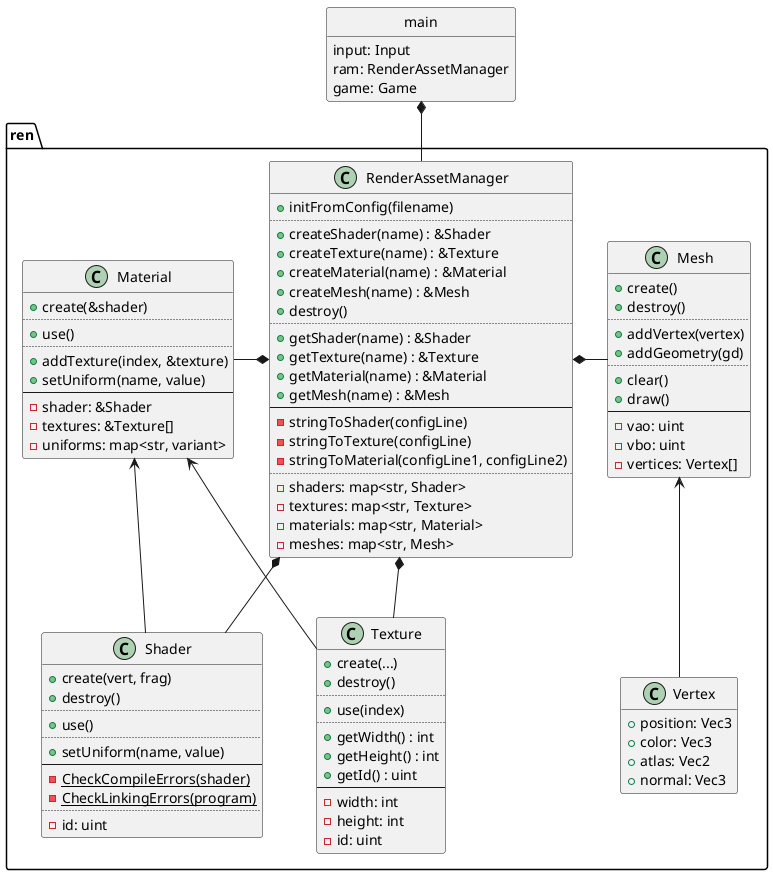
Before: design/assets.png, a diagram exported from PlantUML (ba6er/marblemaze).
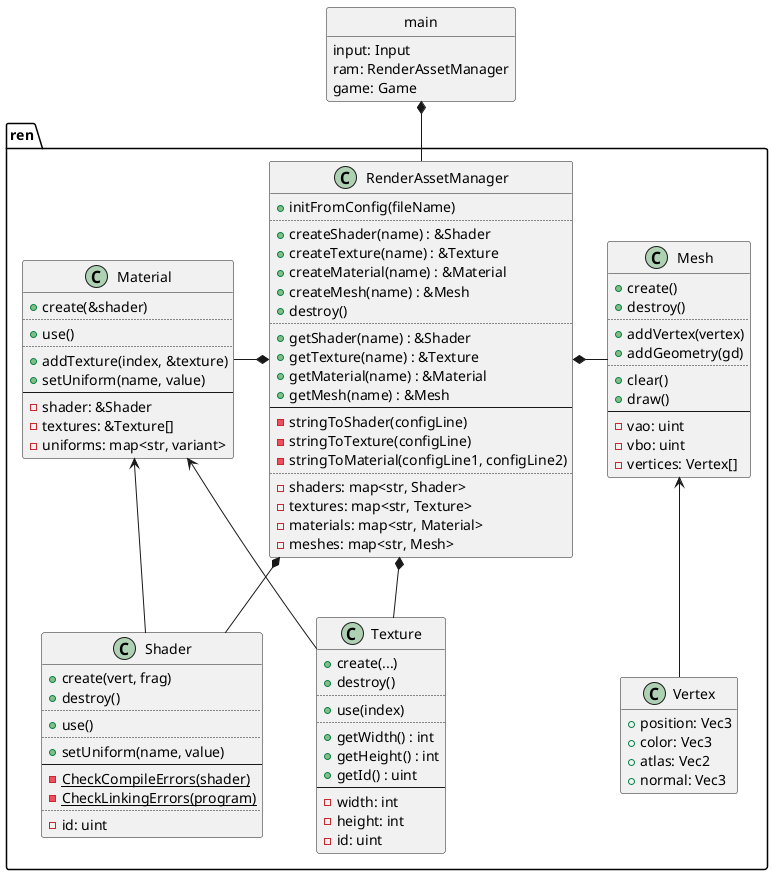
After the commit.

Change to the diagram source:
```diff
@@ -67,7 +67,7 @@
 }
 
 class ren::RenderAssetManager {
-	+initFromConfig(filename)
+	+initFromConfig(fileName)
 	..
 	+createShader(name) : &Shader
 	+createTexture(name) : &Texture
```
